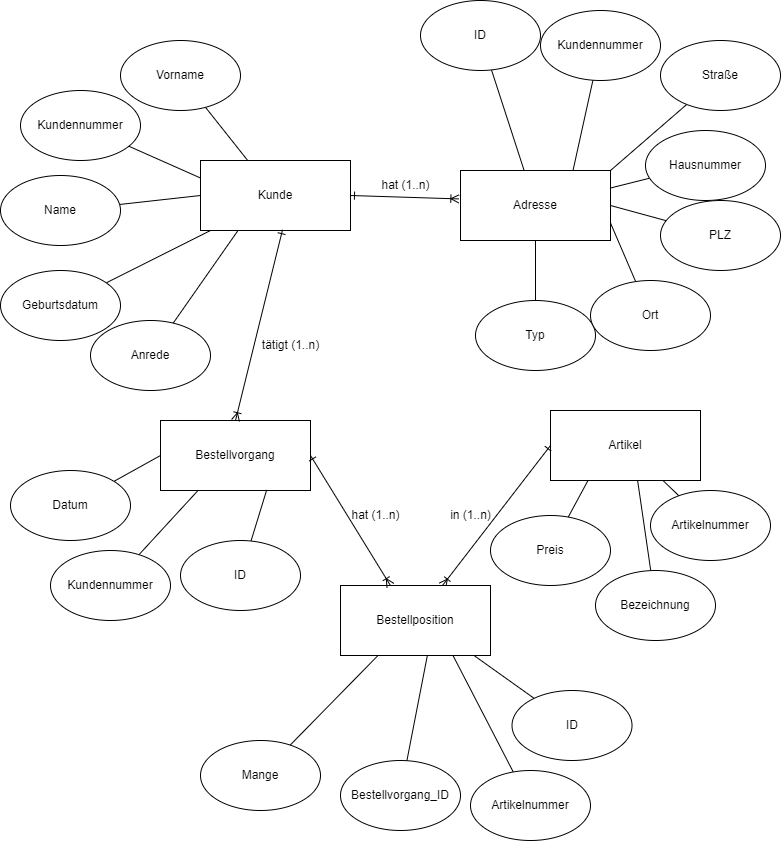
Above: ER-Modell.png in Nasserxx/Software-Challenge (draw.io), before the change. Source tidied: cells renumbered, new cells last; positions are measured from the earlier drawing's top-left corner, leaving out a move shared by most shapes.
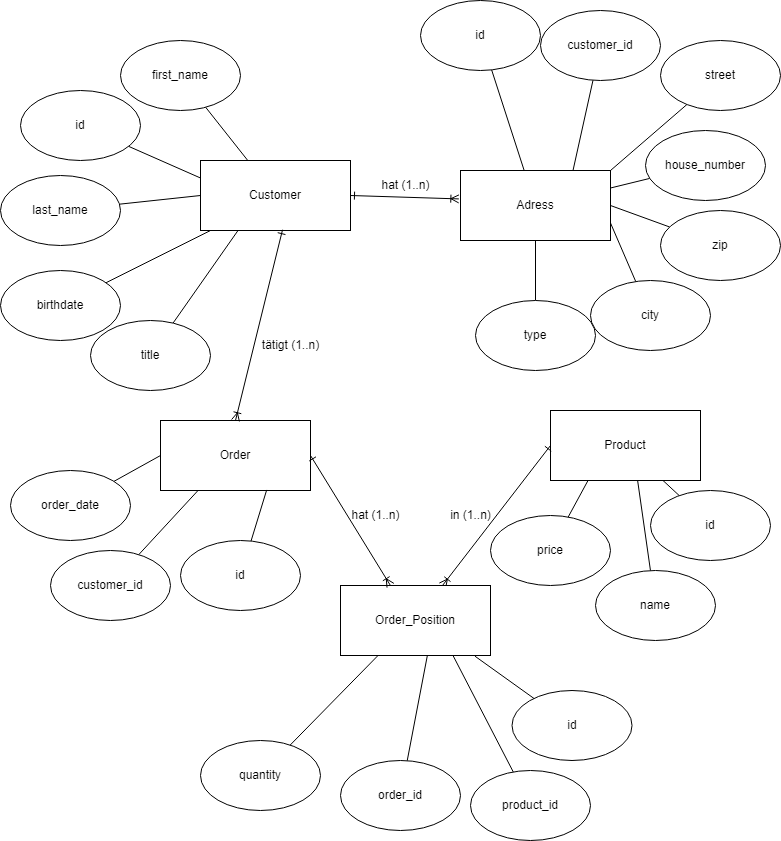
The same file after the commit.

The edit, as a diff of the source:
```diff
@@ -8,22 +8,22 @@
     <mxCell id="3" style="rounded=0;jettySize=auto;html=1;entryX=-0.011;entryY=0.406;entryDx=0;entryDy=0;entryPerimeter=0;endArrow=ERoneToMany;endFill=0;startArrow=ERone;startFill=0;strokeColor=default;exitX=1;exitY=0.5;exitDx=0;exitDy=0;" parent="1" edge="1" source="4" target="15">
       <mxGeometry relative="1" as="geometry" />
     </mxCell>
-    <mxCell id="4" value="Kunde" style="rounded=0;whiteSpace=wrap;html=1;" parent="1" vertex="1">
+    <mxCell id="4" value="Customer" style="rounded=0;whiteSpace=wrap;html=1;" parent="1" vertex="1">
       <mxGeometry x="200" y="160" width="150" height="70" as="geometry" />
     </mxCell>
-    <mxCell id="5" value="Kundennummer" style="ellipse;whiteSpace=wrap;html=1;rounded=0;" parent="1" vertex="1">
+    <mxCell id="5" value="id" style="ellipse;whiteSpace=wrap;html=1;rounded=0;" parent="1" vertex="1">
       <mxGeometry x="20" y="90" width="120" height="70" as="geometry" />
     </mxCell>
     <mxCell id="6" style="rounded=0;jettySize=auto;html=1;endArrow=none;endFill=0;exitX=0;exitY=0.5;exitDx=0;exitDy=0;" parent="1" edge="1" source="4" target="7">
       <mxGeometry relative="1" as="geometry" />
     </mxCell>
-    <mxCell id="7" value="Name" style="ellipse;whiteSpace=wrap;html=1;rounded=0;" parent="1" vertex="1">
+    <mxCell id="7" value="last_name" style="ellipse;whiteSpace=wrap;html=1;rounded=0;" parent="1" vertex="1">
       <mxGeometry y="175" width="120" height="70" as="geometry" />
     </mxCell>
     <mxCell id="8" style="rounded=0;jettySize=auto;html=1;endArrow=none;endFill=0;" parent="1" edge="1" source="4" target="9">
       <mxGeometry relative="1" as="geometry" />
     </mxCell>
-    <mxCell id="9" value="Vorname" style="ellipse;whiteSpace=wrap;html=1;rounded=0;" parent="1" vertex="1">
+    <mxCell id="9" value="first_name" style="ellipse;whiteSpace=wrap;html=1;rounded=0;" parent="1" vertex="1">
       <mxGeometry x="120" y="40" width="120" height="70" as="geometry" />
     </mxCell>
     <mxCell id="10" style="rounded=0;jettySize=auto;html=1;endArrow=none;endFill=0;exitX=0.25;exitY=1;exitDx=0;exitDy=0;" parent="1" edge="1" source="4" target="11">
@@ -33,94 +33,94 @@
         </Array>
       </mxGeometry>
     </mxCell>
-    <mxCell id="11" value="Geburtsdatum" style="ellipse;whiteSpace=wrap;html=1;rounded=0;" parent="1" vertex="1">
+    <mxCell id="11" value="birthdate" style="ellipse;whiteSpace=wrap;html=1;rounded=0;" parent="1" vertex="1">
       <mxGeometry y="270" width="120" height="70" as="geometry" />
     </mxCell>
     <mxCell id="12" style="rounded=0;jettySize=auto;html=1;endArrow=none;endFill=0;exitX=0.25;exitY=1;exitDx=0;exitDy=0;" parent="1" edge="1" source="4" target="13">
       <mxGeometry relative="1" as="geometry" />
     </mxCell>
-    <mxCell id="13" value="Anrede" style="ellipse;whiteSpace=wrap;html=1;rounded=0;" parent="1" vertex="1">
+    <mxCell id="13" value="title" style="ellipse;whiteSpace=wrap;html=1;rounded=0;" parent="1" vertex="1">
       <mxGeometry x="90" y="320" width="120" height="70" as="geometry" />
     </mxCell>
     <mxCell id="14" style="rounded=0;jettySize=auto;html=1;endArrow=none;endFill=0;exitX=0.75;exitY=0;exitDx=0;exitDy=0;" parent="1" edge="1" source="15" target="16">
       <mxGeometry relative="1" as="geometry" />
     </mxCell>
-    <mxCell id="15" value="Adresse" style="rounded=0;whiteSpace=wrap;html=1;" parent="1" vertex="1">
+    <mxCell id="15" value="Adress" style="rounded=0;whiteSpace=wrap;html=1;" parent="1" vertex="1">
       <mxGeometry x="460" y="170" width="150" height="70" as="geometry" />
     </mxCell>
-    <mxCell id="16" value="Kundennummer" style="ellipse;whiteSpace=wrap;html=1;rounded=0;" parent="1" vertex="1">
+    <mxCell id="16" value="customer_id" style="ellipse;whiteSpace=wrap;html=1;rounded=0;" parent="1" vertex="1">
       <mxGeometry x="540" y="10" width="120" height="70" as="geometry" />
     </mxCell>
     <mxCell id="17" style="rounded=0;jettySize=auto;html=1;endArrow=none;endFill=0;exitX=1;exitY=0;exitDx=0;exitDy=0;" parent="1" edge="1" source="15" target="18">
       <mxGeometry relative="1" as="geometry" />
     </mxCell>
-    <mxCell id="18" value="Straße" style="ellipse;whiteSpace=wrap;html=1;rounded=0;" parent="1" vertex="1">
+    <mxCell id="18" value="street" style="ellipse;whiteSpace=wrap;html=1;rounded=0;" parent="1" vertex="1">
       <mxGeometry x="660" y="40" width="120" height="70" as="geometry" />
     </mxCell>
     <mxCell id="19" style="rounded=0;jettySize=auto;html=1;endArrow=none;endFill=0;" parent="1" edge="1" source="15" target="20">
       <mxGeometry relative="1" as="geometry" />
     </mxCell>
-    <mxCell id="20" value="ID" style="ellipse;whiteSpace=wrap;html=1;rounded=0;" parent="1" vertex="1">
+    <mxCell id="20" value="id" style="ellipse;whiteSpace=wrap;html=1;rounded=0;" parent="1" vertex="1">
       <mxGeometry x="420" width="120" height="70" as="geometry" />
     </mxCell>
     <mxCell id="21" style="rounded=0;jettySize=auto;html=1;endArrow=none;endFill=0;exitX=1;exitY=0.25;exitDx=0;exitDy=0;" parent="1" edge="1" source="15" target="22">
       <mxGeometry relative="1" as="geometry" />
     </mxCell>
-    <mxCell id="22" value="Hausnummer" style="ellipse;whiteSpace=wrap;html=1;rounded=0;" parent="1" vertex="1">
+    <mxCell id="22" value="house_number" style="ellipse;whiteSpace=wrap;html=1;rounded=0;" parent="1" vertex="1">
       <mxGeometry x="645" y="130" width="120" height="70" as="geometry" />
     </mxCell>
     <mxCell id="23" style="rounded=0;jettySize=auto;html=1;endArrow=none;endFill=0;exitX=1;exitY=0.5;exitDx=0;exitDy=0;" parent="1" edge="1" source="15" target="24">
       <mxGeometry relative="1" as="geometry" />
     </mxCell>
-    <mxCell id="24" value="PLZ" style="ellipse;whiteSpace=wrap;html=1;rounded=0;" parent="1" vertex="1">
-      <mxGeometry x="660" y="200" width="120" height="70" as="geometry" />
+    <mxCell id="24" value="zip" style="ellipse;whiteSpace=wrap;html=1;rounded=0;" parent="1" vertex="1">
+      <mxGeometry x="660" y="210" width="120" height="70" as="geometry" />
     </mxCell>
     <mxCell id="25" style="rounded=0;jettySize=auto;html=1;endArrow=none;endFill=0;exitX=0.5;exitY=1;exitDx=0;exitDy=0;" parent="1" edge="1" source="15" target="26">
       <mxGeometry relative="1" as="geometry" />
     </mxCell>
-    <mxCell id="26" value="Typ" style="ellipse;whiteSpace=wrap;html=1;rounded=0;" parent="1" vertex="1">
+    <mxCell id="26" value="type" style="ellipse;whiteSpace=wrap;html=1;rounded=0;" parent="1" vertex="1">
       <mxGeometry x="475" y="300" width="120" height="70" as="geometry" />
     </mxCell>
     <mxCell id="27" style="rounded=0;jettySize=auto;html=1;endArrow=none;endFill=0;exitX=1;exitY=0.75;exitDx=0;exitDy=0;" parent="1" edge="1" source="15" target="28">
       <mxGeometry relative="1" as="geometry" />
     </mxCell>
-    <mxCell id="28" value="Ort" style="ellipse;whiteSpace=wrap;html=1;rounded=0;" parent="1" vertex="1">
+    <mxCell id="28" value="city" style="ellipse;whiteSpace=wrap;html=1;rounded=0;" parent="1" vertex="1">
       <mxGeometry x="590" y="280" width="120" height="70" as="geometry" />
     </mxCell>
     <mxCell id="29" style="rounded=0;jettySize=auto;html=1;endArrow=none;endFill=0;exitX=0.58;exitY=0.989;exitDx=0;exitDy=0;exitPerimeter=0;" parent="1" edge="1" source="30" target="31">
       <mxGeometry relative="1" as="geometry" />
     </mxCell>
-    <mxCell id="30" value="Artikel" style="rounded=0;whiteSpace=wrap;html=1;" parent="1" vertex="1">
+    <mxCell id="30" value="Product" style="rounded=0;whiteSpace=wrap;html=1;" parent="1" vertex="1">
       <mxGeometry x="550" y="410" width="150" height="70" as="geometry" />
     </mxCell>
-    <mxCell id="31" value="Bezeichnung      " style="ellipse;whiteSpace=wrap;html=1;rounded=0;" parent="1" vertex="1">
+    <mxCell id="31" value="name" style="ellipse;whiteSpace=wrap;html=1;rounded=0;" parent="1" vertex="1">
       <mxGeometry x="595" y="570" width="120" height="70" as="geometry" />
     </mxCell>
     <mxCell id="32" style="rounded=0;jettySize=auto;html=1;endArrow=none;endFill=0;exitX=0.25;exitY=1;exitDx=0;exitDy=0;" parent="1" edge="1" source="30" target="33">
       <mxGeometry relative="1" as="geometry" />
     </mxCell>
-    <mxCell id="33" value="Preis            " style="ellipse;whiteSpace=wrap;html=1;rounded=0;" parent="1" vertex="1">
+    <mxCell id="33" value="price" style="ellipse;whiteSpace=wrap;html=1;rounded=0;" parent="1" vertex="1">
       <mxGeometry x="490" y="515" width="120" height="70" as="geometry" />
     </mxCell>
     <mxCell id="34" style="rounded=0;jettySize=auto;html=1;endArrow=none;endFill=0;exitX=0.75;exitY=1;exitDx=0;exitDy=0;" parent="1" edge="1" source="30" target="35">
       <mxGeometry relative="1" as="geometry" />
     </mxCell>
-    <mxCell id="35" value="Artikelnummer " style="ellipse;whiteSpace=wrap;html=1;rounded=0;" parent="1" vertex="1">
+    <mxCell id="35" value="id" style="ellipse;whiteSpace=wrap;html=1;rounded=0;" parent="1" vertex="1">
       <mxGeometry x="650" y="490" width="120" height="70" as="geometry" />
     </mxCell>
     <mxCell id="36" style="rounded=0;jettySize=auto;html=1;endArrow=none;endFill=0;exitX=0.25;exitY=1;exitDx=0;exitDy=0;" parent="1" edge="1" source="37" target="38">
       <mxGeometry relative="1" as="geometry" />
     </mxCell>
-    <mxCell id="37" value="Bestellvorgang " style="rounded=0;whiteSpace=wrap;html=1;" parent="1" vertex="1">
+    <mxCell id="37" value="Order" style="rounded=0;whiteSpace=wrap;html=1;" parent="1" vertex="1">
       <mxGeometry x="160" y="420" width="150" height="70" as="geometry" />
     </mxCell>
-    <mxCell id="38" value="Kundennummer" style="ellipse;whiteSpace=wrap;html=1;rounded=0;" parent="1" vertex="1">
+    <mxCell id="38" value="customer_id" style="ellipse;whiteSpace=wrap;html=1;rounded=0;" parent="1" vertex="1">
       <mxGeometry x="50" y="550" width="120" height="70" as="geometry" />
     </mxCell>
     <mxCell id="39" style="rounded=0;jettySize=auto;html=1;endArrow=none;endFill=0;exitX=0;exitY=0.5;exitDx=0;exitDy=0;" parent="1" edge="1" source="37" target="40">
       <mxGeometry relative="1" as="geometry" />
     </mxCell>
-    <mxCell id="40" value="Datum" style="ellipse;whiteSpace=wrap;html=1;rounded=0;" parent="1" vertex="1">
+    <mxCell id="40" value="order_date" style="ellipse;whiteSpace=wrap;html=1;rounded=0;" parent="1" vertex="1">
       <mxGeometry x="10" y="470" width="120" height="70" as="geometry" />
     </mxCell>
     <mxCell id="41" style="rounded=0;jettySize=auto;html=1;entryX=0.5;entryY=0;entryDx=0;entryDy=0;endArrow=ERoneToMany;endFill=0;startArrow=ERone;startFill=0;strokeColor=default;exitX=0.547;exitY=0.989;exitDx=0;exitDy=0;exitPerimeter=0;" parent="1" edge="1" source="4" target="37">
@@ -132,7 +132,7 @@
     <mxCell id="43" style="rounded=0;jettySize=auto;html=1;endArrow=none;endFill=0;exitX=0.708;exitY=0.992;exitDx=0;exitDy=0;exitPerimeter=0;" parent="1" edge="1" source="37" target="44">
       <mxGeometry relative="1" as="geometry" />
     </mxCell>
-    <mxCell id="44" value="ID" style="ellipse;whiteSpace=wrap;html=1;rounded=0;" parent="1" vertex="1">
+    <mxCell id="44" value="id" style="ellipse;whiteSpace=wrap;html=1;rounded=0;" parent="1" vertex="1">
       <mxGeometry x="180" y="540" width="120" height="70" as="geometry" />
     </mxCell>
     <mxCell id="45" value="hat (1..n)" style="text;html=1;align=center;verticalAlign=middle;strokeColor=none;fillColor=none;" parent="1" vertex="1">
@@ -147,22 +147,22 @@
     <mxCell id="48" style="rounded=0;jettySize=auto;html=1;endArrow=none;endFill=0;exitX=0.58;exitY=0.989;exitDx=0;exitDy=0;exitPerimeter=0;" parent="1" edge="1" source="49" target="50">
       <mxGeometry relative="1" as="geometry" />
     </mxCell>
-    <mxCell id="49" value="Bestellposition " style="rounded=0;whiteSpace=wrap;html=1;" parent="1" vertex="1">
+    <mxCell id="49" value="Order_Position" style="rounded=0;whiteSpace=wrap;html=1;" parent="1" vertex="1">
       <mxGeometry x="340" y="585" width="150" height="70" as="geometry" />
     </mxCell>
-    <mxCell id="50" value="Bestellvorgang_ID" style="ellipse;whiteSpace=wrap;html=1;rounded=0;" parent="1" vertex="1">
+    <mxCell id="50" value="order_id" style="ellipse;whiteSpace=wrap;html=1;rounded=0;" parent="1" vertex="1">
       <mxGeometry x="340" y="760" width="120" height="70" as="geometry" />
     </mxCell>
     <mxCell id="51" style="rounded=0;jettySize=auto;html=1;endArrow=none;endFill=0;exitX=0.25;exitY=1;exitDx=0;exitDy=0;" parent="1" edge="1" source="49" target="52">
       <mxGeometry relative="1" as="geometry" />
     </mxCell>
-    <mxCell id="52" value="Mange" style="ellipse;whiteSpace=wrap;html=1;rounded=0;" parent="1" vertex="1">
+    <mxCell id="52" value="quantity" style="ellipse;whiteSpace=wrap;html=1;rounded=0;" parent="1" vertex="1">
       <mxGeometry x="200" y="740" width="120" height="70" as="geometry" />
     </mxCell>
     <mxCell id="53" style="rounded=0;jettySize=auto;html=1;endArrow=none;endFill=0;exitX=0.75;exitY=1;exitDx=0;exitDy=0;" parent="1" edge="1" source="49" target="54">
       <mxGeometry relative="1" as="geometry" />
     </mxCell>
-    <mxCell id="54" value="Artikelnummer " style="ellipse;whiteSpace=wrap;html=1;rounded=0;" parent="1" vertex="1">
+    <mxCell id="54" value="product_id" style="ellipse;whiteSpace=wrap;html=1;rounded=0;" parent="1" vertex="1">
       <mxGeometry x="470" y="770" width="120" height="70" as="geometry" />
     </mxCell>
     <mxCell id="55" value="hat (1..n)" style="text;html=1;align=center;verticalAlign=middle;strokeColor=none;fillColor=none;" parent="1" vertex="1">
@@ -174,7 +174,7 @@
     <mxCell id="57" style="rounded=0;jettySize=auto;html=1;endArrow=none;endFill=0;exitX=0.896;exitY=1.009;exitDx=0;exitDy=0;exitPerimeter=0;" parent="1" edge="1" source="49" target="58">
       <mxGeometry relative="1" as="geometry" />
     </mxCell>
-    <mxCell id="58" value="ID" style="ellipse;whiteSpace=wrap;html=1;rounded=0;" parent="1" vertex="1">
+    <mxCell id="58" value="id" style="ellipse;whiteSpace=wrap;html=1;rounded=0;" parent="1" vertex="1">
       <mxGeometry x="511.5" y="690" width="120" height="70" as="geometry" />
     </mxCell>
   </root>
```
